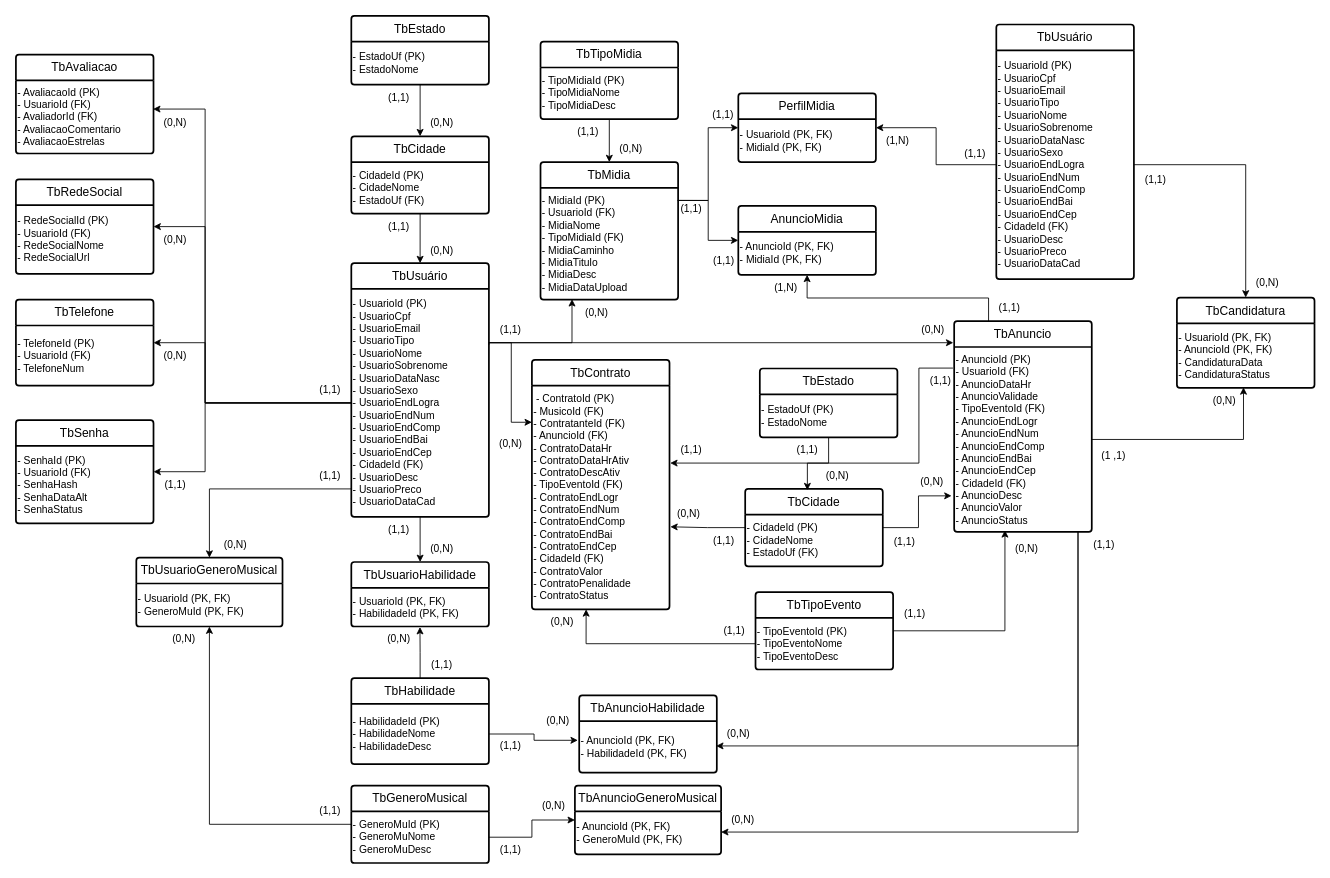
The draw.io diagram docs/MER.drawio in MusiConnect-com/MusiConnect, before the edit. Source tidied: cells renumbered, new cells numbered last; positions are measured from the earlier drawing's top-left corner, leaving out a move shared by most shapes. Both pictures are drawn from the tidied source at 86%, with x=0, y=0 at pixel (15, 15).
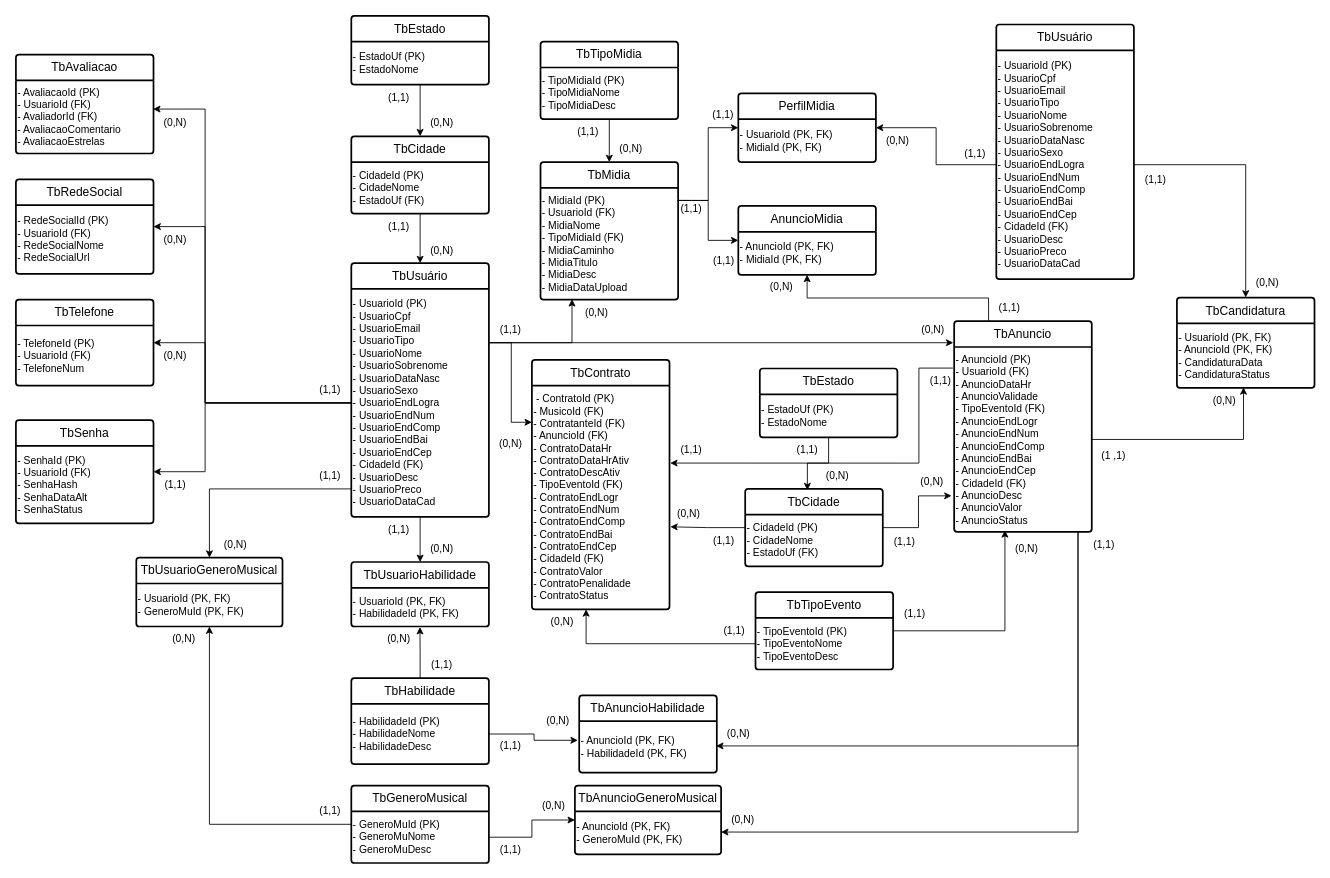
After the change.

What changed in the source:
```diff
@@
-    <mxCell id="78" value="(1,N)" style="text;html=1;align=center;verticalAlign=middle;strokeColor=none;fillColor=none;" parent="1" vertex="1">
-      <mxGeometry x="870" y="301" width="50" height="30" as="geometry" />
-    </mxCell>
-    <mxCell id="79" value="(1,N)" style="text;html=1;align=center;verticalAlign=middle;strokeColor=none;fillColor=none;" parent="1" vertex="1">
+    <mxCell id="79" value="(0,N)" style="text;html=1;align=center;verticalAlign=middle;strokeColor=none;fillColor=none;" parent="1" vertex="1">
       <mxGeometry x="1000" y="130" width="50" height="30" as="geometry" />
     </mxCell>
@@
+    <mxCell id="133" value="(0,N)" style="text;html=1;align=center;verticalAlign=middle;strokeColor=none;fillColor=none;" parent="1" vertex="1">
+      <mxGeometry x="865" y="300" width="50" height="30" as="geometry" />
+    </mxCell>
```
